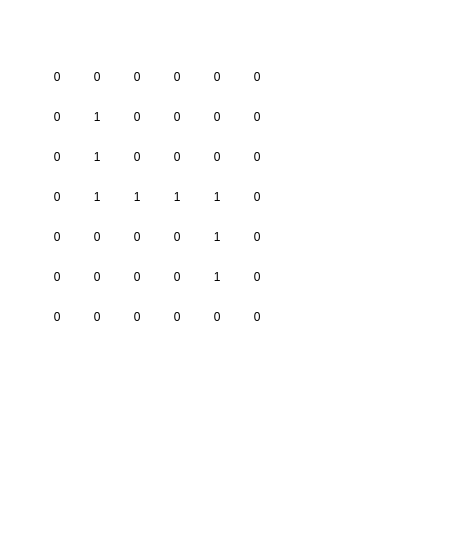
Earlier version of the draw.io diagram Untitled Diagram.drawio (razaman2/diagram). Source tidied: cells renumbered, new cells numbered last; positions are measured from the earlier drawing's top-left corner, leaving out a move shared by most shapes. Both pictures are drawn from the tidied source at 100%, with x=0, y=0 at pixel (37, 67).
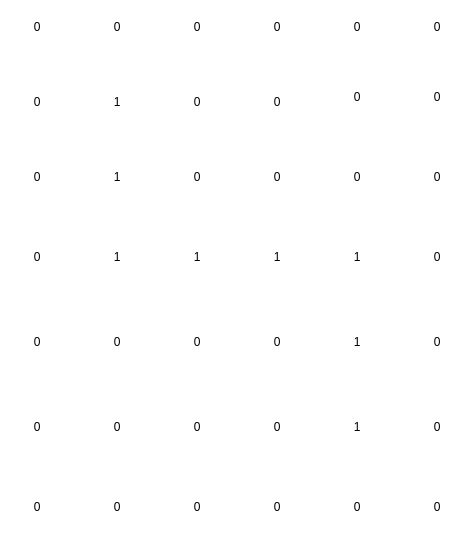
Above is the later version.

Commit message:
set a larger grid size

Change to the diagram source:
```diff
@@
     <mxCell id="2" value="1" style="text;html=1;strokeColor=none;fillColor=none;align=center;verticalAlign=middle;whiteSpace=wrap;rounded=0;" parent="1" vertex="1">
-      <mxGeometry x="40" y="40" width="40" height="20" as="geometry" />
+      <mxGeometry x="60" y="25" width="40" height="20" as="geometry" />
     </mxCell>
     <mxCell id="3" value="1" style="text;html=1;strokeColor=none;fillColor=none;align=center;verticalAlign=middle;whiteSpace=wrap;rounded=0;" parent="1" vertex="1">
-      <mxGeometry x="160" y="120" width="40" height="20" as="geometry" />
+      <mxGeometry x="300" y="180" width="40" height="20" as="geometry" />
     </mxCell>
     <mxCell id="4" value="1" style="text;html=1;strokeColor=none;fillColor=none;align=center;verticalAlign=middle;whiteSpace=wrap;rounded=0;" parent="1" vertex="1">
-      <mxGeometry x="120" y="120" width="40" height="20" as="geometry" />
+      <mxGeometry x="220" y="180" width="40" height="20" as="geometry" />
     </mxCell>
     <mxCell id="5" value="1" style="text;html=1;strokeColor=none;fillColor=none;align=center;verticalAlign=middle;whiteSpace=wrap;rounded=0;" parent="1" vertex="1">
-      <mxGeometry x="80" y="120" width="40" height="20" as="geometry" />
+      <mxGeometry x="140" y="180" width="40" height="20" as="geometry" />
     </mxCell>
     <mxCell id="6" value="1" style="text;html=1;strokeColor=none;fillColor=none;align=center;verticalAlign=middle;whiteSpace=wrap;rounded=0;" parent="1" vertex="1">
-      <mxGeometry x="40" y="80" width="40" height="20" as="geometry" />
+      <mxGeometry x="60" y="100" width="40" height="20" as="geometry" />
     </mxCell>
     <mxCell id="7" value="1" style="text;html=1;strokeColor=none;fillColor=none;align=center;verticalAlign=middle;whiteSpace=wrap;rounded=0;" parent="1" vertex="1">
-      <mxGeometry x="40" y="120" width="40" height="20" as="geometry" />
+      <mxGeometry x="60" y="180" width="40" height="20" as="geometry" />
     </mxCell>
     <mxCell id="8" value="1" style="text;html=1;strokeColor=none;fillColor=none;align=center;verticalAlign=middle;whiteSpace=wrap;rounded=0;" parent="1" vertex="1">
-      <mxGeometry x="160" y="160" width="40" height="20" as="geometry" />
+      <mxGeometry x="300" y="265" width="40" height="20" as="geometry" />
     </mxCell>
     <mxCell id="9" value="1" style="text;html=1;strokeColor=none;fillColor=none;align=center;verticalAlign=middle;whiteSpace=wrap;rounded=0;" parent="1" vertex="1">
-      <mxGeometry x="160" y="200" width="40" height="20" as="geometry" />
+      <mxGeometry x="300" y="350" width="40" height="20" as="geometry" />
     </mxCell>
     <mxCell id="10" value="0" style="text;html=1;strokeColor=none;fillColor=none;align=center;verticalAlign=middle;whiteSpace=wrap;rounded=0;" parent="1" vertex="1">
-      <mxGeometry x="80" y="40" width="40" height="20" as="geometry" />
+      <mxGeometry x="140" y="25" width="40" height="20" as="geometry" />
     </mxCell>
     <mxCell id="11" value="0" style="text;html=1;strokeColor=none;fillColor=none;align=center;verticalAlign=middle;whiteSpace=wrap;rounded=0;" parent="1" vertex="1">
-      <mxGeometry x="80" y="80" width="40" height="20" as="geometry" />
+      <mxGeometry x="140" y="100" width="40" height="20" as="geometry" />
     </mxCell>
     <mxCell id="12" value="0" style="text;html=1;strokeColor=none;fillColor=none;align=center;verticalAlign=middle;whiteSpace=wrap;rounded=0;" parent="1" vertex="1">
-      <mxGeometry x="160" y="40" width="40" height="20" as="geometry" />
+      <mxGeometry x="300" y="20" width="40" height="20" as="geometry" />
     </mxCell>
     <mxCell id="13" value="0" style="text;html=1;strokeColor=none;fillColor=none;align=center;verticalAlign=middle;whiteSpace=wrap;rounded=0;" parent="1" vertex="1">
-      <mxGeometry x="160" y="80" width="40" height="20" as="geometry" />
+      <mxGeometry x="300" y="100" width="40" height="20" as="geometry" />
     </mxCell>
     <mxCell id="14" value="0" style="text;html=1;strokeColor=none;fillColor=none;align=center;verticalAlign=middle;whiteSpace=wrap;rounded=0;" parent="1" vertex="1">
-      <mxGeometry x="120" y="80" width="40" height="20" as="geometry" />
+      <mxGeometry x="220" y="100" width="40" height="20" as="geometry" />
     </mxCell>
     <mxCell id="15" value="0" style="text;html=1;strokeColor=none;fillColor=none;align=center;verticalAlign=middle;whiteSpace=wrap;rounded=0;" parent="1" vertex="1">
-      <mxGeometry x="120" y="40" width="40" height="20" as="geometry" />
+      <mxGeometry x="220" y="25" width="40" height="20" as="geometry" />
     </mxCell>
     <mxCell id="16" value="0" style="text;html=1;strokeColor=none;fillColor=none;align=center;verticalAlign=middle;whiteSpace=wrap;rounded=0;" parent="1" vertex="1">
-      <mxGeometry x="120" y="160" width="40" height="20" as="geometry" />
+      <mxGeometry x="220" y="265" width="40" height="20" as="geometry" />
     </mxCell>
     <mxCell id="17" value="0" style="text;html=1;strokeColor=none;fillColor=none;align=center;verticalAlign=middle;whiteSpace=wrap;rounded=0;" parent="1" vertex="1">
-      <mxGeometry x="120" y="200" width="40" height="20" as="geometry" />
+      <mxGeometry x="220" y="350" width="40" height="20" as="geometry" />
     </mxCell>
     <mxCell id="18" value="0" style="text;html=1;strokeColor=none;fillColor=none;align=center;verticalAlign=middle;whiteSpace=wrap;rounded=0;" parent="1" vertex="1">
-      <mxGeometry x="80" y="160" width="40" height="20" as="geometry" />
+      <mxGeometry x="140" y="265" width="40" height="20" as="geometry" />
     </mxCell>
     <mxCell id="19" value="0" style="text;html=1;strokeColor=none;fillColor=none;align=center;verticalAlign=middle;whiteSpace=wrap;rounded=0;" parent="1" vertex="1">
-      <mxGeometry x="80" y="200" width="40" height="20" as="geometry" />
+      <mxGeometry x="140" y="350" width="40" height="20" as="geometry" />
     </mxCell>
     <mxCell id="20" value="0" style="text;html=1;strokeColor=none;fillColor=none;align=center;verticalAlign=middle;whiteSpace=wrap;rounded=0;" parent="1" vertex="1">
-      <mxGeometry x="40" y="160" width="40" height="20" as="geometry" />
+      <mxGeometry x="60" y="265" width="40" height="20" as="geometry" />
     </mxCell>
     <mxCell id="21" value="0" style="text;html=1;strokeColor=none;fillColor=none;align=center;verticalAlign=middle;whiteSpace=wrap;rounded=0;" parent="1" vertex="1">
-      <mxGeometry x="40" y="200" width="40" height="20" as="geometry" />
+      <mxGeometry x="60" y="350" width="40" height="20" as="geometry" />
     </mxCell>
     <mxCell id="22" value="0" style="text;html=1;strokeColor=none;fillColor=none;align=center;verticalAlign=middle;whiteSpace=wrap;rounded=0;" parent="1" vertex="1">
-      <mxGeometry y="40" width="40" height="20" as="geometry" />
+      <mxGeometry x="-20" y="25" width="40" height="20" as="geometry" />
     </mxCell>
-    <mxCell id="23" value="0" style="text;html=1;strokeColor=none;fillColor=none;align=center;verticalAlign=middle;whiteSpace=wrap;rounded=0;" parent="1" vertex="1">
-      <mxGeometry y="80" width="40" height="20" as="geometry" />
+    <mxCell id="23" value="0" style="text;html=1;strokeColor=none;fillColor=none;align=center;verticalAlign=middle;whiteSpace=wrap;rounded=0;perimeterSpacing=1;fontSize=12;" parent="1" vertex="1">
+      <mxGeometry x="-20" y="100" width="40" height="20" as="geometry" />
     </mxCell>
     <mxCell id="24" value="0" style="text;html=1;strokeColor=none;fillColor=none;align=center;verticalAlign=middle;whiteSpace=wrap;rounded=0;" parent="1" vertex="1">
-      <mxGeometry y="120" width="40" height="20" as="geometry" />
+      <mxGeometry x="-20" y="180" width="40" height="20" as="geometry" />
     </mxCell>
     <mxCell id="25" value="0" style="text;html=1;strokeColor=none;fillColor=none;align=center;verticalAlign=middle;whiteSpace=wrap;rounded=0;" parent="1" vertex="1">
-      <mxGeometry y="160" width="40" height="20" as="geometry" />
+      <mxGeometry x="-20" y="265" width="40" height="20" as="geometry" />
     </mxCell>
     <mxCell id="26" value="0" style="text;html=1;strokeColor=none;fillColor=none;align=center;verticalAlign=middle;whiteSpace=wrap;rounded=0;" parent="1" vertex="1">
-      <mxGeometry y="200" width="40" height="20" as="geometry" />
+      <mxGeometry x="-20" y="350" width="40" height="20" as="geometry" />
     </mxCell>
     <mxCell id="27" value="0" style="text;html=1;strokeColor=none;fillColor=none;align=center;verticalAlign=middle;whiteSpace=wrap;rounded=0;" parent="1" vertex="1">
-      <mxGeometry width="40" height="20" as="geometry" />
+      <mxGeometry x="-20" y="-50" width="40" height="20" as="geometry" />
     </mxCell>
     <mxCell id="28" value="0" style="text;html=1;strokeColor=none;fillColor=none;align=center;verticalAlign=middle;whiteSpace=wrap;rounded=0;" parent="1" vertex="1">
-      <mxGeometry x="40" width="40" height="20" as="geometry" />
+      <mxGeometry x="60" y="-50" width="40" height="20" as="geometry" />
     </mxCell>
     <mxCell id="29" value="0" style="text;html=1;strokeColor=none;fillColor=none;align=center;verticalAlign=middle;whiteSpace=wrap;rounded=0;" parent="1" vertex="1">
-      <mxGeometry x="80" width="40" height="20" as="geometry" />
+      <mxGeometry x="140" y="-50" width="40" height="20" as="geometry" />
     </mxCell>
     <mxCell id="30" value="0" style="text;html=1;strokeColor=none;fillColor=none;align=center;verticalAlign=middle;whiteSpace=wrap;rounded=0;" parent="1" vertex="1">
-      <mxGeometry x="120" width="40" height="20" as="geometry" />
+      <mxGeometry x="220" y="-50" width="40" height="20" as="geometry" />
     </mxCell>
     <mxCell id="31" value="0" style="text;html=1;strokeColor=none;fillColor=none;align=center;verticalAlign=middle;whiteSpace=wrap;rounded=0;" parent="1" vertex="1">
-      <mxGeometry x="160" width="40" height="20" as="geometry" />
+      <mxGeometry x="300" y="-50" width="40" height="20" as="geometry" />
     </mxCell>
     <mxCell id="32" value="0" style="text;html=1;strokeColor=none;fillColor=none;align=center;verticalAlign=middle;whiteSpace=wrap;rounded=0;" parent="1" vertex="1">
-      <mxGeometry x="200" width="40" height="20" as="geometry" />
+      <mxGeometry x="380" y="-50" width="40" height="20" as="geometry" />
     </mxCell>
     <mxCell id="33" value="0" style="text;html=1;strokeColor=none;fillColor=none;align=center;verticalAlign=middle;whiteSpace=wrap;rounded=0;" parent="1" vertex="1">
-      <mxGeometry x="200" y="40" width="40" height="20" as="geometry" />
+      <mxGeometry x="380" y="20" width="40" height="20" as="geometry" />
     </mxCell>
     <mxCell id="34" value="0" style="text;html=1;strokeColor=none;fillColor=none;align=center;verticalAlign=middle;whiteSpace=wrap;rounded=0;" parent="1" vertex="1">
-      <mxGeometry x="200" y="80" width="40" height="20" as="geometry" />
+      <mxGeometry x="380" y="100" width="40" height="20" as="geometry" />
     </mxCell>
     <mxCell id="35" value="0" style="text;html=1;strokeColor=none;fillColor=none;align=center;verticalAlign=middle;whiteSpace=wrap;rounded=0;" parent="1" vertex="1">
-      <mxGeometry x="200" y="120" width="40" height="20" as="geometry" />
+      <mxGeometry x="380" y="180" width="40" height="20" as="geometry" />
     </mxCell>
     <mxCell id="36" value="0" style="text;html=1;strokeColor=none;fillColor=none;align=center;verticalAlign=middle;whiteSpace=wrap;rounded=0;" parent="1" vertex="1">
-      <mxGeometry x="200" y="160" width="40" height="20" as="geometry" />
+      <mxGeometry x="380" y="265" width="40" height="20" as="geometry" />
     </mxCell>
     <mxCell id="37" value="0" style="text;html=1;strokeColor=none;fillColor=none;align=center;verticalAlign=middle;whiteSpace=wrap;rounded=0;" parent="1" vertex="1">
-      <mxGeometry x="200" y="200" width="40" height="20" as="geometry" />
+      <mxGeometry x="380" y="350" width="40" height="20" as="geometry" />
     </mxCell>
     <mxCell id="38" value="0" style="text;html=1;strokeColor=none;fillColor=none;align=center;verticalAlign=middle;whiteSpace=wrap;rounded=0;" parent="1" vertex="1">
-      <mxGeometry x="200" y="240" width="40" height="20" as="geometry" />
+      <mxGeometry x="380" y="430" width="40" height="20" as="geometry" />
     </mxCell>
     <mxCell id="39" value="0" style="text;html=1;strokeColor=none;fillColor=none;align=center;verticalAlign=middle;whiteSpace=wrap;rounded=0;" parent="1" vertex="1">
-      <mxGeometry x="160" y="240" width="40" height="20" as="geometry" />
+      <mxGeometry x="300" y="430" width="40" height="20" as="geometry" />
     </mxCell>
     <mxCell id="40" value="0" style="text;html=1;strokeColor=none;fillColor=none;align=center;verticalAlign=middle;whiteSpace=wrap;rounded=0;" parent="1" vertex="1">
-      <mxGeometry x="120" y="240" width="40" height="20" as="geometry" />
+      <mxGeometry x="220" y="430" width="40" height="20" as="geometry" />
     </mxCell>
     <mxCell id="41" value="0" style="text;html=1;strokeColor=none;fillColor=none;align=center;verticalAlign=middle;whiteSpace=wrap;rounded=0;" parent="1" vertex="1">
-      <mxGeometry x="80" y="240" width="40" height="20" as="geometry" />
+      <mxGeometry x="140" y="430" width="40" height="20" as="geometry" />
     </mxCell>
     <mxCell id="42" value="0" style="text;html=1;strokeColor=none;fillColor=none;align=center;verticalAlign=middle;whiteSpace=wrap;rounded=0;" parent="1" vertex="1">
-      <mxGeometry x="40" y="240" width="40" height="20" as="geometry" />
+      <mxGeometry x="60" y="430" width="40" height="20" as="geometry" />
     </mxCell>
     <mxCell id="43" value="0" style="text;html=1;strokeColor=none;fillColor=none;align=center;verticalAlign=middle;whiteSpace=wrap;rounded=0;" parent="1" vertex="1">
-      <mxGeometry y="240" width="40" height="20" as="geometry" />
+      <mxGeometry x="-20" y="430" width="40" height="20" as="geometry" />
     </mxCell>
```
